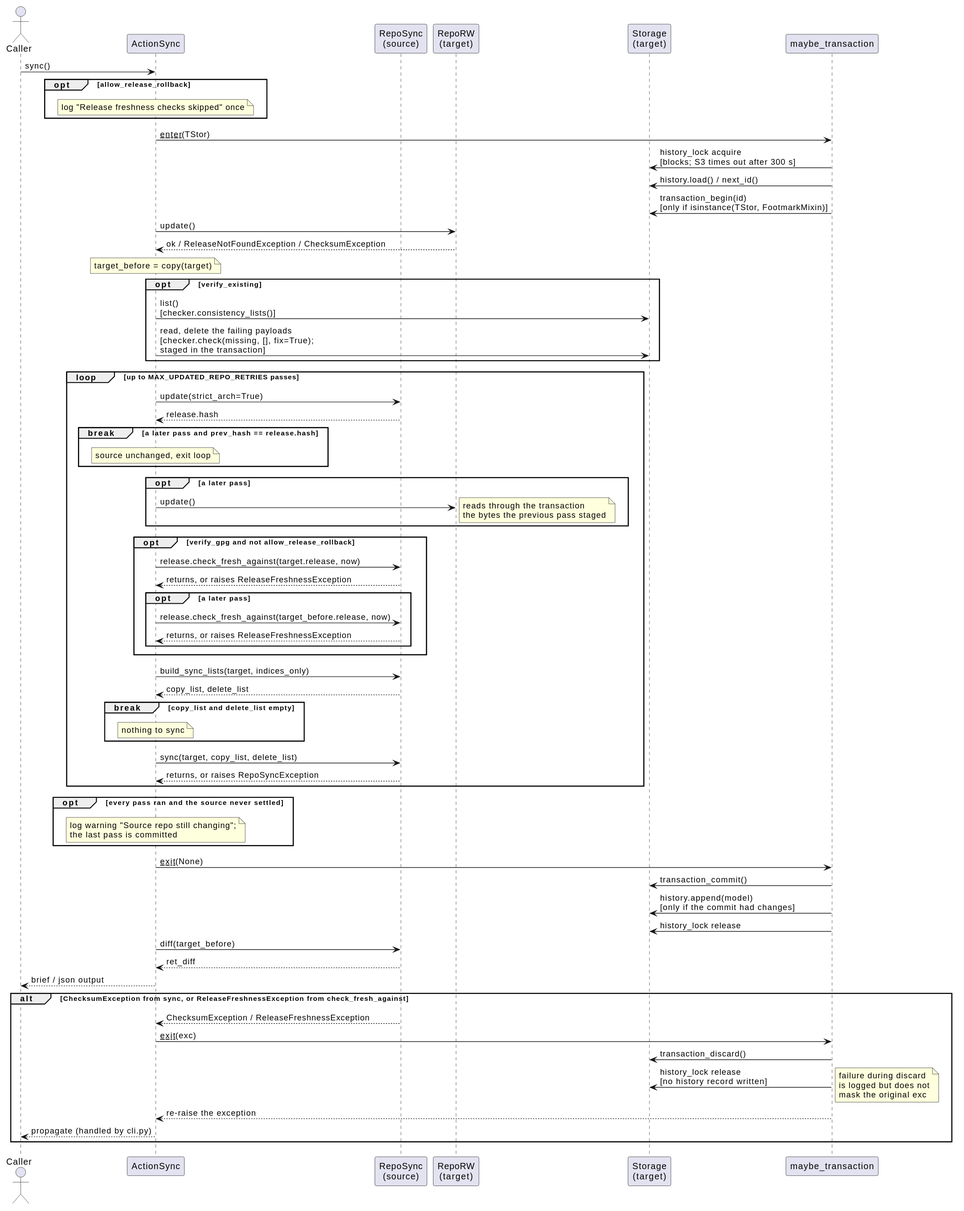
Before: docs/development/diagrams/action-sync-sequence.svg, a diagram exported from PlantUML (vinklat/debkit). Its source is kept beside it as docs/development/diagrams/action-sync-sequence.puml.
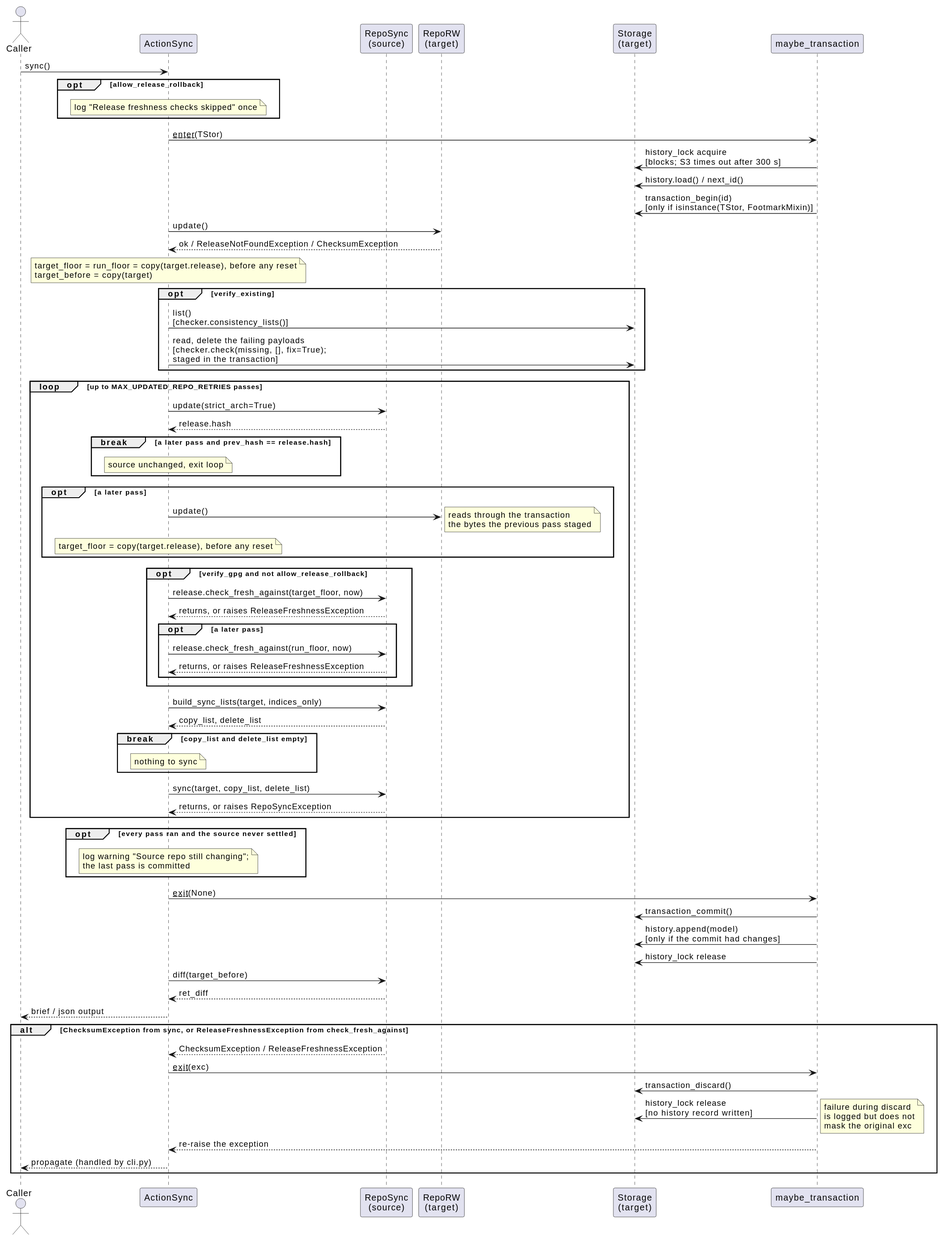
After the commit.

Commit message:
Keep the rollback floor of a target reset as corrupt

The edit, as a diff of the source:
```diff
@@ -19,7 +19,7 @@
 
 ActionSync -> Tgt: update()
 Tgt --> ActionSync: ok / ReleaseNotFoundException / ChecksumException
-note over ActionSync: target_before = copy(target)
+note over ActionSync: target_floor = run_floor = copy(target.release), before any reset\ntarget_before = copy(target)
 
 opt verify_existing
   ActionSync -> TStor: list()\n[checker.consistency_lists()]
@@ -36,13 +36,14 @@
   opt a later pass
     ActionSync -> Tgt: update()
     note right: reads through the transaction\nthe bytes the previous pass staged
+    note over ActionSync: target_floor = copy(target.release), before any reset
   end
 
   opt verify_gpg and not allow_release_rollback
-    ActionSync -> Src: release.check_fresh_against(target.release, now)
+    ActionSync -> Src: release.check_fresh_against(target_floor, now)
     Src --> ActionSync: returns, or raises ReleaseFreshnessException
     opt a later pass
-      ActionSync -> Src: release.check_fresh_against(target_before.release, now)
+      ActionSync -> Src: release.check_fresh_against(run_floor, now)
       Src --> ActionSync: returns, or raises ReleaseFreshnessException
     end
   end
```
